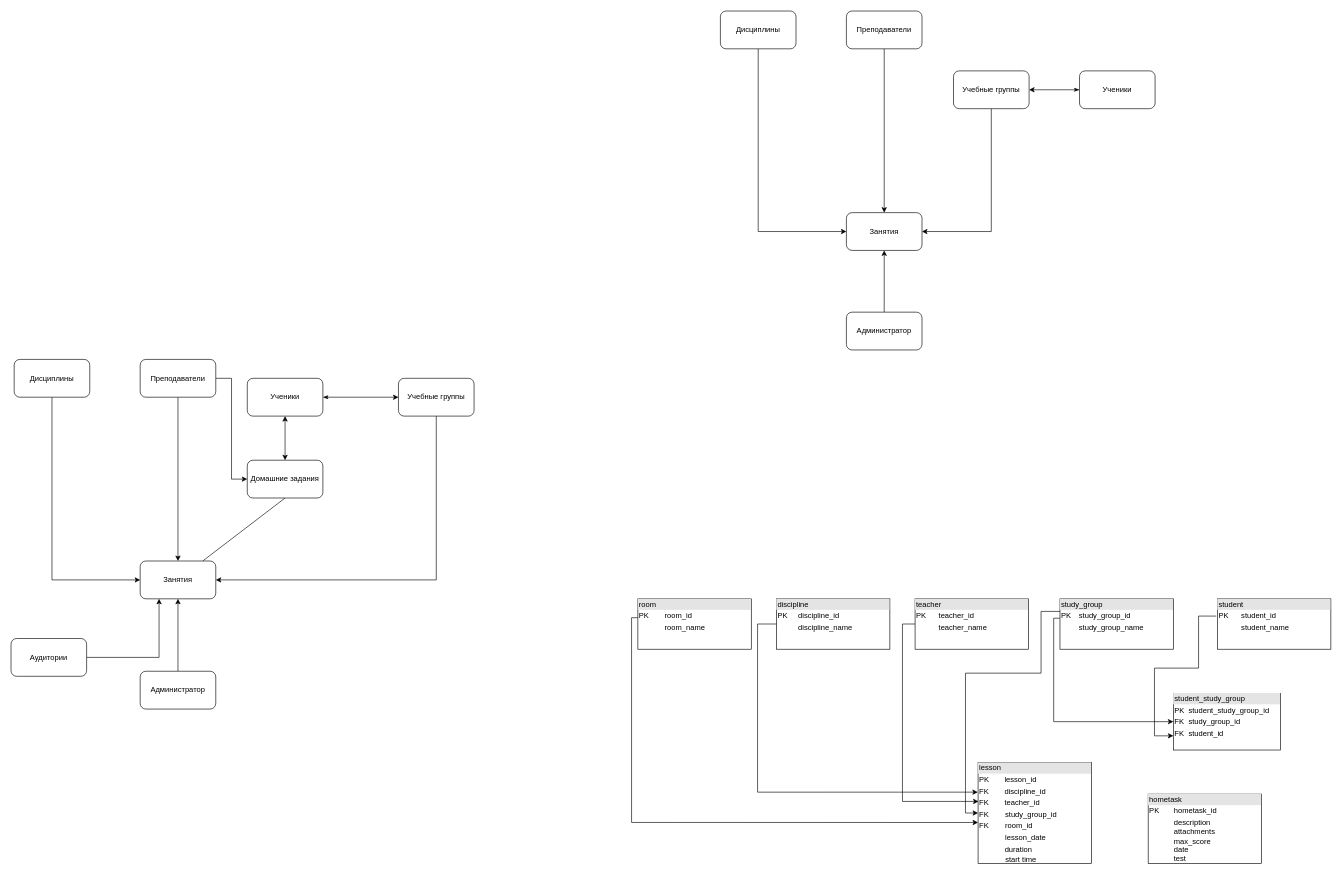
Above: web_final.drawio in flouressaint/myDiagrams (draw.io), before the change. Source tidied: cells renumbered, new cells numbered last; positions are measured from the earlier drawing's top-left corner, leaving out a move shared by most shapes. Both pictures are drawn from the tidied source at 63%, with x=0, y=0 at pixel (11, 11).
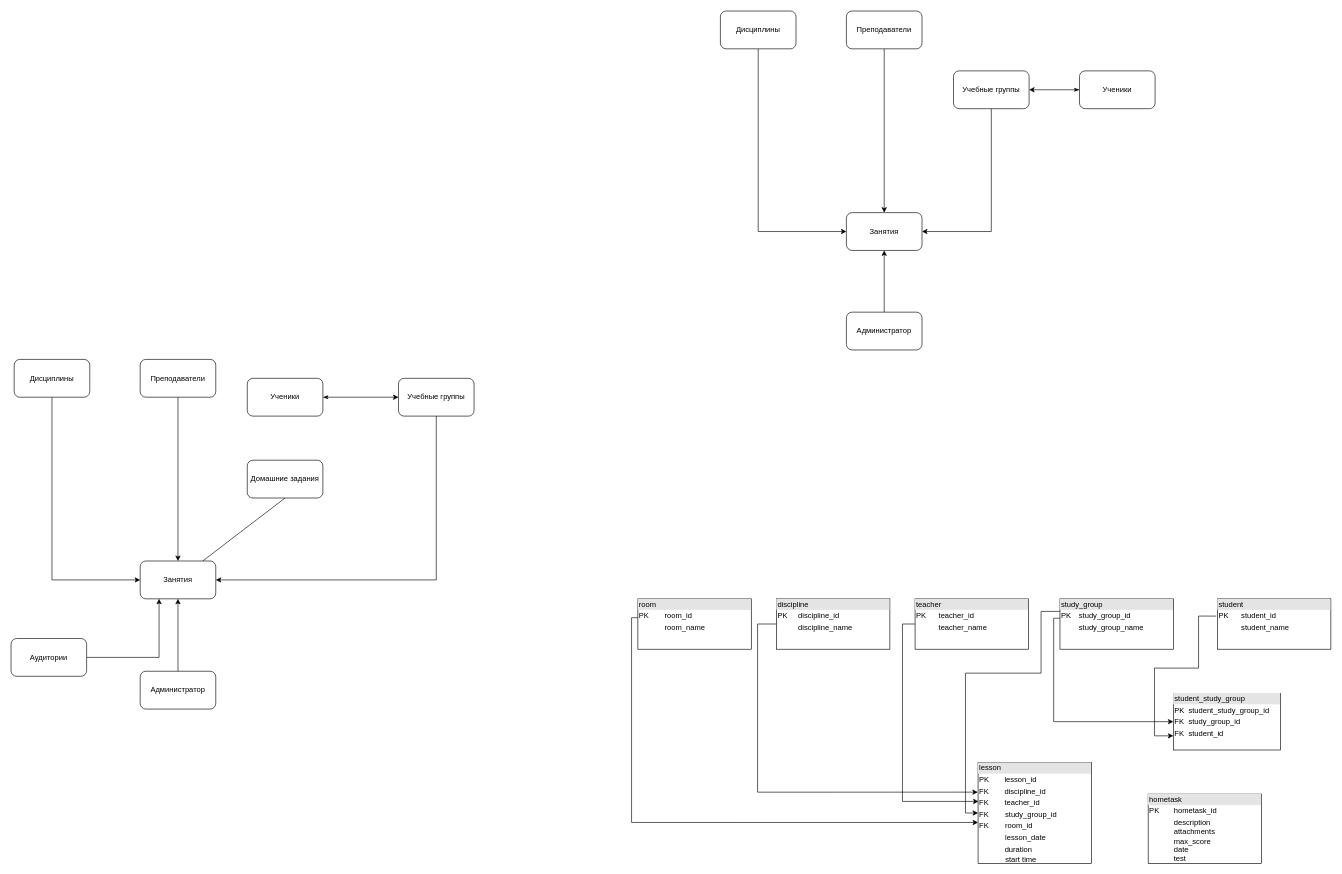
Above is the later version.

The change refers to these unchanged cells:
```xml
<mxCell id="6" value="Преподавате&lt;span style=&quot;white-space: pre;&quot;&gt;ли&lt;/span&gt;" style="rounded=1;whiteSpace=wrap;html=1;" parent="1" vertex="1">
  <mxGeometry x="205" y="553" width="120" height="60" as="geometry" />
</mxCell>
<mxCell id="9" value="Ученики" style="rounded=1;whiteSpace=wrap;html=1;" parent="1" vertex="1">
  <mxGeometry x="375" y="583" width="120" height="60" as="geometry" />
</mxCell>
<mxCell id="14" value="Домашние задания" style="rounded=1;whiteSpace=wrap;html=1;" parent="1" vertex="1">
  <mxGeometry x="375" y="713" width="120" height="60" as="geometry" />
</mxCell>
```

Change to the diagram source:
```diff
@@
-    <mxCell id="5" style="edgeStyle=orthogonalEdgeStyle;rounded=0;jettySize=auto;html=1;entryX=0;entryY=0.5;entryDx=0;entryDy=0;" parent="1" edge="1" source="6" target="14">
-      <mxGeometry relative="1" as="geometry" />
-    </mxCell>
@@
-    <mxCell id="8" style="edgeStyle=orthogonalEdgeStyle;rounded=0;jettySize=auto;html=1;startArrow=classic;startFill=1;" parent="1" edge="1" source="9" target="14">
-      <mxGeometry relative="1" as="geometry" />
-    </mxCell>
```
